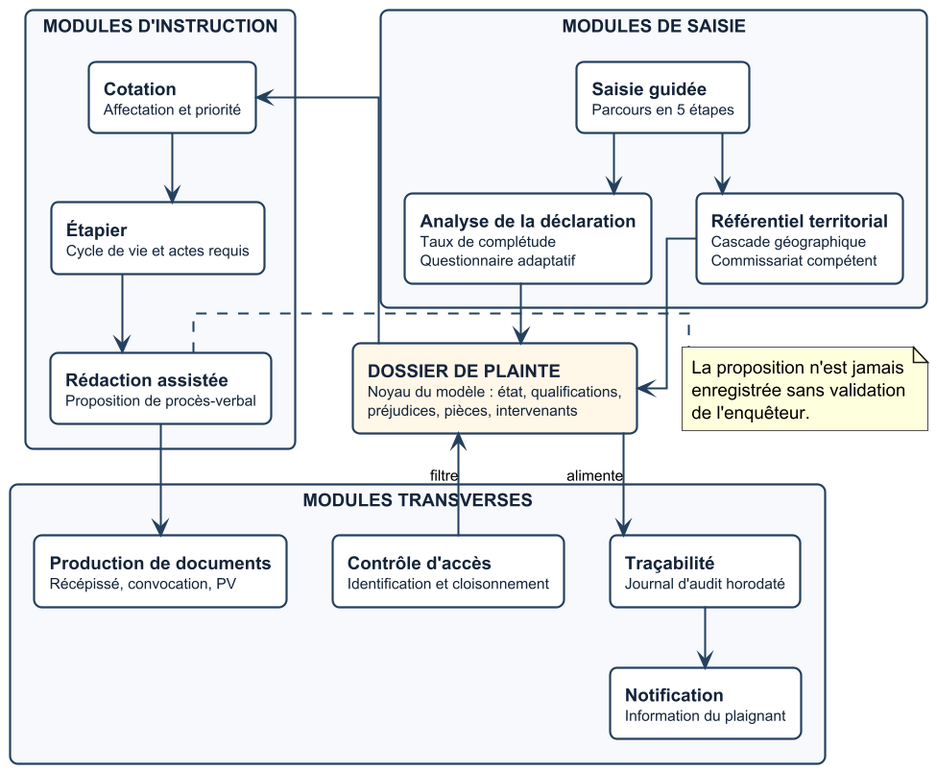
NodemBorel/memoire-m2 keeps this PlantUML diagram as diagrammes/architecture_conception.png. Above is the earlier version.
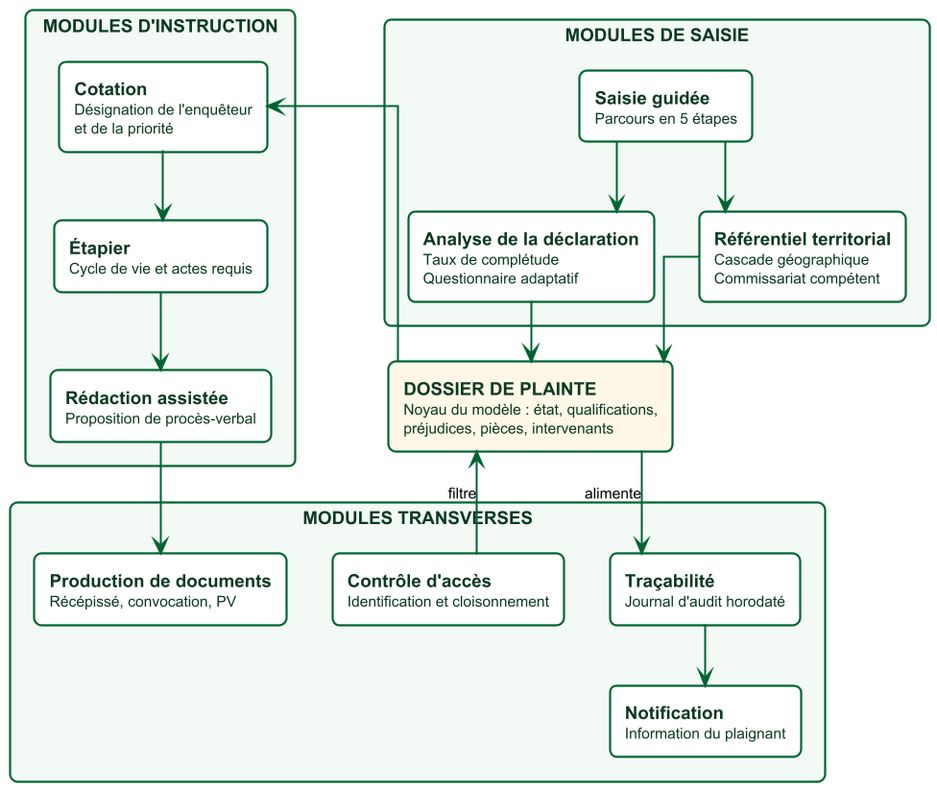
The same file after the commit.

What changed in the source:
```diff
@@ -5,20 +5,20 @@
 skinparam shadowing false
 skinparam defaultFontName Helvetica
 skinparam defaultFontSize 12
-skinparam ArrowColor #24405E
+skinparam ArrowColor #006432
 skinparam ArrowThickness 1.3
 skinparam nodesep 30
 skinparam ranksep 40
 skinparam linetype ortho
 
 skinparam rectangle {
-  BorderColor #24405E
+  BorderColor #006432
   BorderThickness 1.4
-  FontColor #14243A
+  FontColor #0B3A22
   RoundCorner 10
 }
 
-rectangle "MODULES DE SAISIE" as G1 #F7F9FC {
+rectangle "MODULES DE SAISIE" as G1 #F3F9F5 {
   rectangle "**Saisie guidée**\n<size:10>Parcours en 5 étapes</size>" as M1 #FFFFFF
   rectangle "**Analyse de la déclaration**\n<size:10>Taux de complétude</size>\n<size:10>Questionnaire adaptatif</size>" as M2 #FFFFFF
   rectangle "**Référentiel territorial**\n<size:10>Cascade géographique</size>\n<size:10>Commissariat compétent</size>" as M3 #FFFFFF
@@ -26,13 +26,13 @@
 
 rectangle "**DOSSIER DE PLAINTE**\n<size:10>Noyau du modèle : état, qualifications,</size>\n<size:10>préjudices, pièces, intervenants</size>" as CORE #FFF7E8
 
-rectangle "MODULES D'INSTRUCTION" as G2 #F7F9FC {
-  rectangle "**Cotation**\n<size:10>Affectation et priorité</size>" as M4 #FFFFFF
+rectangle "MODULES D'INSTRUCTION" as G2 #F3F9F5 {
+  rectangle "**Cotation**\n<size:10>Désignation de l'enquêteur</size>\n<size:10>et de la priorité</size>" as M4 #FFFFFF
   rectangle "**Étapier**\n<size:10>Cycle de vie et actes requis</size>" as M5 #FFFFFF
   rectangle "**Rédaction assistée**\n<size:10>Proposition de procès-verbal</size>" as M6 #FFFFFF
 }
 
-rectangle "MODULES TRANSVERSES" as G3 #F7F9FC {
+rectangle "MODULES TRANSVERSES" as G3 #F3F9F5 {
   rectangle "**Contrôle d'accès**\n<size:10>Identification et cloisonnement</size>" as M7 #FFFFFF
   rectangle "**Production de documents**\n<size:10>Récépissé, convocation, PV</size>" as M8 #FFFFFF
   rectangle "**Traçabilité**\n<size:10>Journal d'audit horodaté</size>" as M9 #FFFFFF
@@ -53,10 +53,4 @@
 CORE --> M9 : <size:10>alimente</size>
 M9 --> M10
 
-note right of M6
-  La proposition n'est jamais
-  enregistrée sans validation
-  de l'enquêteur.
-end note
-
 @enduml
```
